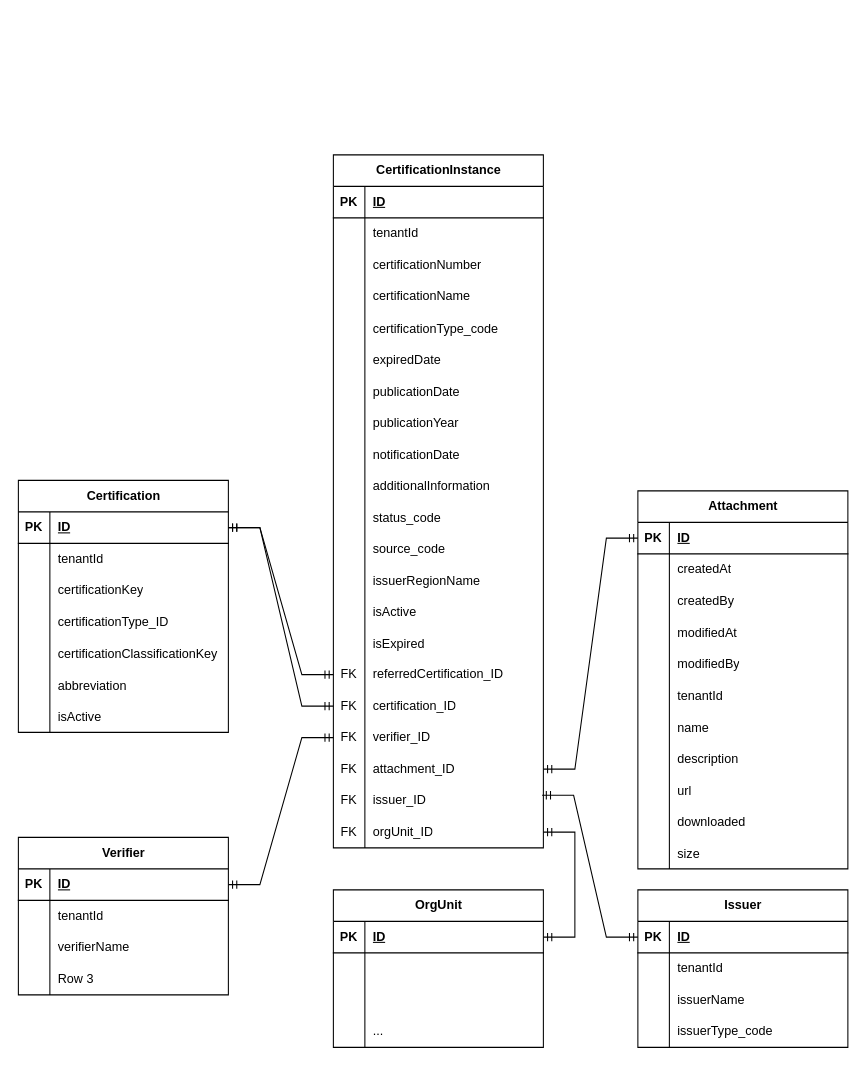
This is page "Page-30" (29 of 29) of certificationService.er.drawio from huangshijie/Drawio, a draw.io file, before an edit. Source tidied: cells renumbered, new cells numbered last; positions are measured from the earlier drawing's top-left corner, leaving out a move shared by most shapes. Both pictures are drawn from the tidied source at 105%, with x=0, y=0 at pixel (18, 154).
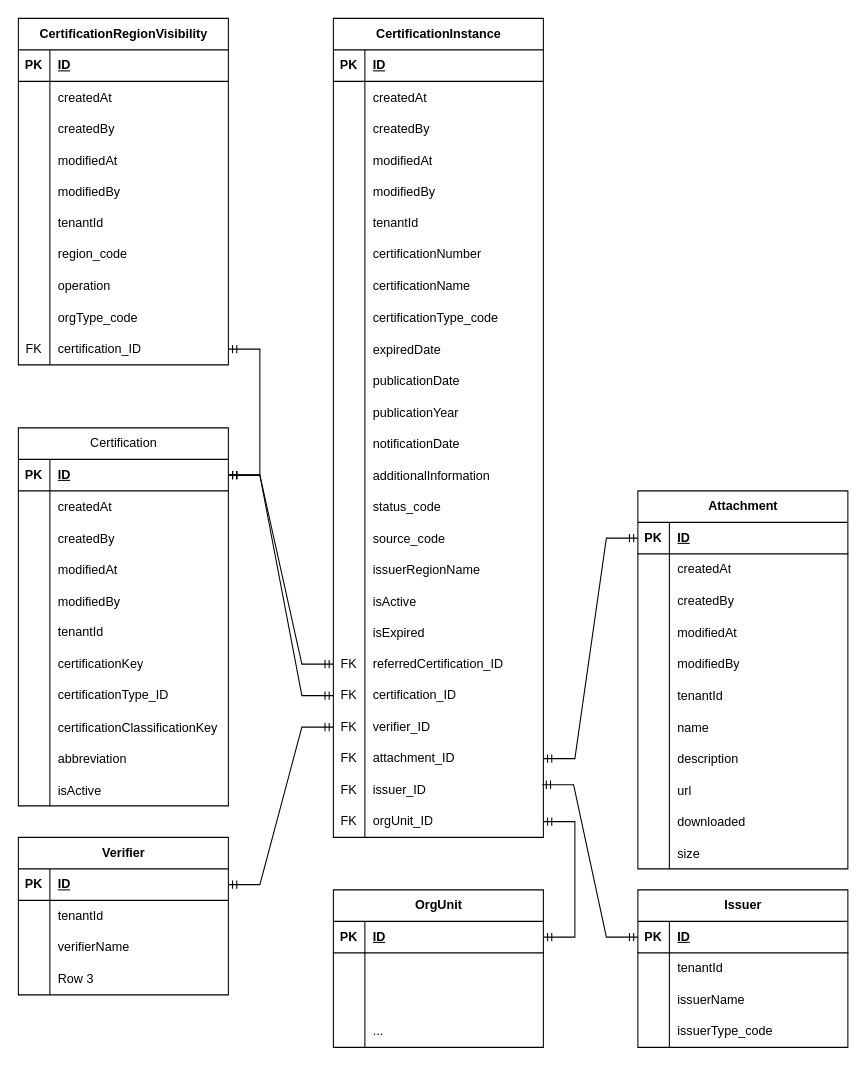
Above is the later version.

The change refers to these unchanged cells:
```xml
<mxCell id="80" style="shape=tableRow;horizontal=0;startSize=0;swimlaneHead=0;swimlaneBody=0;fillColor=none;points=[[0,0.5],[1,0.5]];portConstraint=eastwest;top=0;left=0;right=0;bottom=1;" parent="79" vertex="1">
  <mxGeometry y="30" width="200" height="30" as="geometry" />
</mxCell>
```

Change to the diagram source:
```diff
@@
     <mxCell id="2" value="CertificationInstance" style="shape=table;startSize=30;childLayout=tableLayout;rowLines=0;fontStyle=1;align=center;html=1;" parent="1" vertex="1">
-      <mxGeometry x="300" width="200" height="660" as="geometry" />
+      <mxGeometry x="300" y="-130" width="200" height="780" as="geometry" />
     </mxCell>
@@
+    <mxCell id="167" style="shape=tableRow;horizontal=0;startSize=0;swimlaneHead=0;swimlaneBody=0;fillColor=none;top=0;left=0;right=0;bottom=0;" parent="2" vertex="1">
+      <mxGeometry y="60" width="200" height="30" as="geometry" />
+    </mxCell>
+    <mxCell id="168" style="shape=partialRectangle;fillColor=none;top=0;left=0;bottom=0;right=0;overflow=hidden;" parent="167" vertex="1">
+      <mxGeometry width="30" height="30" as="geometry" />
+    </mxCell>
+    <mxCell id="169" value="createdAt" style="shape=partialRectangle;fillColor=none;top=0;left=0;bottom=0;right=0;align=left;spacingLeft=6;overflow=hidden;" parent="167" vertex="1">
+      <mxGeometry x="30" width="170" height="30" as="geometry" />
+    </mxCell>
+    <mxCell id="170" style="shape=tableRow;horizontal=0;startSize=0;swimlaneHead=0;swimlaneBody=0;fillColor=none;top=0;left=0;right=0;bottom=0;" parent="2" vertex="1">
+      <mxGeometry y="90" width="200" height="30" as="geometry" />
+    </mxCell>
+    <mxCell id="171" style="shape=partialRectangle;fillColor=none;top=0;left=0;bottom=0;right=0;overflow=hidden;" parent="170" vertex="1">
+      <mxGeometry width="30" height="30" as="geometry" />
+    </mxCell>
+    <mxCell id="172" value="createdBy" style="shape=partialRectangle;fillColor=none;top=0;left=0;bottom=0;right=0;align=left;spacingLeft=6;overflow=hidden;" parent="170" vertex="1">
+      <mxGeometry x="30" width="170" height="30" as="geometry" />
+    </mxCell>
+    <mxCell id="173" style="shape=tableRow;horizontal=0;startSize=0;swimlaneHead=0;swimlaneBody=0;fillColor=none;top=0;left=0;right=0;bottom=0;" parent="2" vertex="1">
+      <mxGeometry y="120" width="200" height="30" as="geometry" />
+    </mxCell>
+    <mxCell id="174" style="shape=partialRectangle;fillColor=none;top=0;left=0;bottom=0;right=0;overflow=hidden;" parent="173" vertex="1">
+      <mxGeometry width="30" height="30" as="geometry" />
+    </mxCell>
+    <mxCell id="175" value="modifiedAt" style="shape=partialRectangle;fillColor=none;top=0;left=0;bottom=0;right=0;align=left;spacingLeft=6;overflow=hidden;" parent="173" vertex="1">
+      <mxGeometry x="30" width="170" height="30" as="geometry" />
+    </mxCell>
+    <mxCell id="176" style="shape=tableRow;horizontal=0;startSize=0;swimlaneHead=0;swimlaneBody=0;fillColor=none;top=0;left=0;right=0;bottom=0;" parent="2" vertex="1">
+      <mxGeometry y="150" width="200" height="30" as="geometry" />
+    </mxCell>
+    <mxCell id="177" style="shape=partialRectangle;fillColor=none;top=0;left=0;bottom=0;right=0;overflow=hidden;" parent="176" vertex="1">
+      <mxGeometry width="30" height="30" as="geometry" />
+    </mxCell>
+    <mxCell id="178" value="modifiedBy" style="shape=partialRectangle;fillColor=none;top=0;left=0;bottom=0;right=0;align=left;spacingLeft=6;overflow=hidden;" parent="176" vertex="1">
+      <mxGeometry x="30" width="170" height="30" as="geometry" />
+    </mxCell>
     <mxCell id="6" style="shape=tableRow;horizontal=0;startSize=0;swimlaneHead=0;swimlaneBody=0;fillColor=none;top=0;left=0;right=0;bottom=0;" parent="2" vertex="1">
-      <mxGeometry y="60" width="200" height="30" as="geometry" />
+      <mxGeometry y="180" width="200" height="30" as="geometry" />
     </mxCell>
@@
     <mxCell id="9" style="shape=tableRow;horizontal=0;startSize=0;swimlaneHead=0;swimlaneBody=0;fillColor=none;top=0;left=0;right=0;bottom=0;" parent="2" vertex="1">
-      <mxGeometry y="90" width="200" height="30" as="geometry" />
+      <mxGeometry y="210" width="200" height="30" as="geometry" />
     </mxCell>
@@
     <mxCell id="12" style="shape=tableRow;horizontal=0;startSize=0;swimlaneHead=0;swimlaneBody=0;fillColor=none;top=0;left=0;right=0;bottom=0;" parent="2" vertex="1">
-      <mxGeometry y="120" width="200" height="30" as="geometry" />
+      <mxGeometry y="240" width="200" height="30" as="geometry" />
     </mxCell>
@@
     <mxCell id="15" style="shape=tableRow;horizontal=0;startSize=0;swimlaneHead=0;swimlaneBody=0;fillColor=none;top=0;left=0;right=0;bottom=0;" parent="2" vertex="1">
-      <mxGeometry y="150" width="200" height="30" as="geometry" />
+      <mxGeometry y="270" width="200" height="30" as="geometry" />
     </mxCell>
@@
     <mxCell id="18" style="shape=tableRow;horizontal=0;startSize=0;swimlaneHead=0;swimlaneBody=0;fillColor=none;top=0;left=0;right=0;bottom=0;" parent="2" vertex="1">
-      <mxGeometry y="180" width="200" height="30" as="geometry" />
+      <mxGeometry y="300" width="200" height="30" as="geometry" />
     </mxCell>
@@
     <mxCell id="21" style="shape=tableRow;horizontal=0;startSize=0;swimlaneHead=0;swimlaneBody=0;fillColor=none;top=0;left=0;right=0;bottom=0;" parent="2" vertex="1">
-      <mxGeometry y="210" width="200" height="30" as="geometry" />
+      <mxGeometry y="330" width="200" height="30" as="geometry" />
     </mxCell>
@@
     <mxCell id="24" style="shape=tableRow;horizontal=0;startSize=0;swimlaneHead=0;swimlaneBody=0;fillColor=none;top=0;left=0;right=0;bottom=0;" parent="2" vertex="1">
-      <mxGeometry y="240" width="200" height="30" as="geometry" />
+      <mxGeometry y="360" width="200" height="30" as="geometry" />
     </mxCell>
@@
     <mxCell id="27" style="shape=tableRow;horizontal=0;startSize=0;swimlaneHead=0;swimlaneBody=0;fillColor=none;top=0;left=0;right=0;bottom=0;" parent="2" vertex="1">
-      <mxGeometry y="270" width="200" height="30" as="geometry" />
+      <mxGeometry y="390" width="200" height="30" as="geometry" />
     </mxCell>
@@
     <mxCell id="30" style="shape=tableRow;horizontal=0;startSize=0;swimlaneHead=0;swimlaneBody=0;fillColor=none;top=0;left=0;right=0;bottom=0;" parent="2" vertex="1">
-      <mxGeometry y="300" width="200" height="30" as="geometry" />
+      <mxGeometry y="420" width="200" height="30" as="geometry" />
     </mxCell>
@@
     <mxCell id="33" style="shape=tableRow;horizontal=0;startSize=0;swimlaneHead=0;swimlaneBody=0;fillColor=none;top=0;left=0;right=0;bottom=0;" parent="2" vertex="1">
-      <mxGeometry y="330" width="200" height="30" as="geometry" />
+      <mxGeometry y="450" width="200" height="30" as="geometry" />
     </mxCell>
@@
     <mxCell id="36" style="shape=tableRow;horizontal=0;startSize=0;swimlaneHead=0;swimlaneBody=0;fillColor=none;top=0;left=0;right=0;bottom=0;" parent="2" vertex="1">
-      <mxGeometry y="360" width="200" height="30" as="geometry" />
+      <mxGeometry y="480" width="200" height="30" as="geometry" />
     </mxCell>
@@
     <mxCell id="39" style="shape=tableRow;horizontal=0;startSize=0;swimlaneHead=0;swimlaneBody=0;fillColor=none;top=0;left=0;right=0;bottom=0;" parent="2" vertex="1">
-      <mxGeometry y="390" width="200" height="30" as="geometry" />
+      <mxGeometry y="510" width="200" height="30" as="geometry" />
     </mxCell>
@@
     <mxCell id="42" style="shape=tableRow;horizontal=0;startSize=0;swimlaneHead=0;swimlaneBody=0;fillColor=none;top=0;left=0;right=0;bottom=0;" parent="2" vertex="1">
-      <mxGeometry y="420" width="200" height="30" as="geometry" />
+      <mxGeometry y="540" width="200" height="30" as="geometry" />
     </mxCell>
@@
     <mxCell id="45" style="shape=tableRow;horizontal=0;startSize=0;swimlaneHead=0;swimlaneBody=0;fillColor=none;top=0;left=0;right=0;bottom=0;" parent="2" vertex="1">
-      <mxGeometry y="450" width="200" height="30" as="geometry" />
+      <mxGeometry y="570" width="200" height="30" as="geometry" />
     </mxCell>
@@
     <mxCell id="48" style="shape=tableRow;horizontal=0;startSize=0;swimlaneHead=0;swimlaneBody=0;fillColor=none;points=[[0,0.5],[1,0.5]];portConstraint=eastwest;top=0;left=0;right=0;bottom=0;" parent="2" vertex="1">
-      <mxGeometry y="480" width="200" height="30" as="geometry" />
+      <mxGeometry y="600" width="200" height="30" as="geometry" />
     </mxCell>
@@
     <mxCell id="51" style="shape=tableRow;horizontal=0;startSize=0;swimlaneHead=0;swimlaneBody=0;fillColor=none;points=[[0,0.5],[1,0.5]];portConstraint=eastwest;top=0;left=0;right=0;bottom=0;" parent="2" vertex="1">
-      <mxGeometry y="510" width="200" height="30" as="geometry" />
+      <mxGeometry y="630" width="200" height="30" as="geometry" />
     </mxCell>
@@
     <mxCell id="54" style="shape=tableRow;horizontal=0;startSize=0;swimlaneHead=0;swimlaneBody=0;fillColor=none;points=[[0,0.5],[1,0.5]];portConstraint=eastwest;top=0;left=0;right=0;bottom=0;" parent="2" vertex="1">
-      <mxGeometry y="540" width="200" height="30" as="geometry" />
+      <mxGeometry y="660" width="200" height="30" as="geometry" />
     </mxCell>
@@
     <mxCell id="57" style="shape=tableRow;horizontal=0;startSize=0;swimlaneHead=0;swimlaneBody=0;fillColor=none;points=[[0,0.5],[1,0.5]];portConstraint=eastwest;top=0;left=0;right=0;bottom=0;" parent="2" vertex="1">
-      <mxGeometry y="570" width="200" height="30" as="geometry" />
+      <mxGeometry y="690" width="200" height="30" as="geometry" />
     </mxCell>
@@
     <mxCell id="60" style="shape=tableRow;horizontal=0;startSize=0;swimlaneHead=0;swimlaneBody=0;fillColor=none;points=[[0,0.5],[1,0.5]];portConstraint=eastwest;top=0;left=0;right=0;bottom=0;" parent="2" vertex="1">
-      <mxGeometry y="600" width="200" height="30" as="geometry" />
+      <mxGeometry y="720" width="200" height="30" as="geometry" />
     </mxCell>
@@
     <mxCell id="63" style="shape=tableRow;horizontal=0;startSize=0;swimlaneHead=0;swimlaneBody=0;fillColor=none;points=[[0,0.5],[1,0.5]];portConstraint=eastwest;top=0;left=0;right=0;bottom=0;" parent="2" vertex="1">
-      <mxGeometry y="630" width="200" height="30" as="geometry" />
+      <mxGeometry y="750" width="200" height="30" as="geometry" />
     </mxCell>
@@
-    <mxCell id="79" value="Certification" style="shape=table;startSize=30;childLayout=tableLayout;rowLines=0;fontStyle=1;align=center;html=1;" parent="1" vertex="1">
-      <mxGeometry y="310" width="200" height="240" as="geometry" />
+    <mxCell id="79" value="Certification" style="shape=table;startSize=30;childLayout=tableLayout;rowLines=0;fontStyle=0;align=center;html=1;" parent="1" vertex="1">
+      <mxGeometry y="260" width="200" height="360" as="geometry" />
     </mxCell>
@@
+    <mxCell id="179" style="shape=tableRow;horizontal=0;startSize=0;swimlaneHead=0;swimlaneBody=0;fillColor=none;top=0;left=0;right=0;bottom=0;" parent="79" vertex="1">
+      <mxGeometry y="60" width="200" height="30" as="geometry" />
+    </mxCell>
+    <mxCell id="180" style="shape=partialRectangle;fillColor=none;top=0;left=0;bottom=0;right=0;overflow=hidden;" parent="179" vertex="1">
+      <mxGeometry width="30" height="30" as="geometry" />
+    </mxCell>
+    <mxCell id="181" value="createdAt" style="shape=partialRectangle;fillColor=none;top=0;left=0;bottom=0;right=0;align=left;spacingLeft=6;overflow=hidden;" parent="179" vertex="1">
+      <mxGeometry x="30" width="170" height="30" as="geometry" />
+    </mxCell>
+    <mxCell id="182" style="shape=tableRow;horizontal=0;startSize=0;swimlaneHead=0;swimlaneBody=0;fillColor=none;top=0;left=0;right=0;bottom=0;" parent="79" vertex="1">
+      <mxGeometry y="90" width="200" height="30" as="geometry" />
+    </mxCell>
+    <mxCell id="183" style="shape=partialRectangle;fillColor=none;top=0;left=0;bottom=0;right=0;overflow=hidden;" parent="182" vertex="1">
+      <mxGeometry width="30" height="30" as="geometry" />
+    </mxCell>
+    <mxCell id="184" value="createdBy" style="shape=partialRectangle;fillColor=none;top=0;left=0;bottom=0;right=0;align=left;spacingLeft=6;overflow=hidden;" parent="182" vertex="1">
+      <mxGeometry x="30" width="170" height="30" as="geometry" />
+    </mxCell>
+    <mxCell id="185" style="shape=tableRow;horizontal=0;startSize=0;swimlaneHead=0;swimlaneBody=0;fillColor=none;top=0;left=0;right=0;bottom=0;" parent="79" vertex="1">
+      <mxGeometry y="120" width="200" height="30" as="geometry" />
+    </mxCell>
+    <mxCell id="186" style="shape=partialRectangle;fillColor=none;top=0;left=0;bottom=0;right=0;overflow=hidden;" parent="185" vertex="1">
+      <mxGeometry width="30" height="30" as="geometry" />
+    </mxCell>
+    <mxCell id="187" value="modifiedAt" style="shape=partialRectangle;fillColor=none;top=0;left=0;bottom=0;right=0;align=left;spacingLeft=6;overflow=hidden;" parent="185" vertex="1">
+      <mxGeometry x="30" width="170" height="30" as="geometry" />
+    </mxCell>
+    <mxCell id="188" style="shape=tableRow;horizontal=0;startSize=0;swimlaneHead=0;swimlaneBody=0;fillColor=none;top=0;left=0;right=0;bottom=0;" parent="79" vertex="1">
+      <mxGeometry y="150" width="200" height="30" as="geometry" />
+    </mxCell>
+    <mxCell id="189" style="shape=partialRectangle;fillColor=none;top=0;left=0;bottom=0;right=0;overflow=hidden;" parent="188" vertex="1">
+      <mxGeometry width="30" height="30" as="geometry" />
+    </mxCell>
+    <mxCell id="190" value="modifiedBy" style="shape=partialRectangle;fillColor=none;top=0;left=0;bottom=0;right=0;align=left;spacingLeft=6;overflow=hidden;" parent="188" vertex="1">
+      <mxGeometry x="30" width="170" height="30" as="geometry" />
+    </mxCell>
     <mxCell id="83" style="shape=tableRow;horizontal=0;startSize=0;swimlaneHead=0;swimlaneBody=0;fillColor=none;top=0;left=0;right=0;bottom=0;" parent="79" vertex="1">
-      <mxGeometry y="60" width="200" height="30" as="geometry" />
+      <mxGeometry y="180" width="200" height="30" as="geometry" />
     </mxCell>
@@
     <mxCell id="86" style="shape=tableRow;horizontal=0;startSize=0;swimlaneHead=0;swimlaneBody=0;fillColor=none;top=0;left=0;right=0;bottom=0;" parent="79" vertex="1">
-      <mxGeometry y="90" width="200" height="30" as="geometry" />
+      <mxGeometry y="210" width="200" height="30" as="geometry" />
     </mxCell>
@@
     <mxCell id="89" style="shape=tableRow;horizontal=0;startSize=0;swimlaneHead=0;swimlaneBody=0;fillColor=none;top=0;left=0;right=0;bottom=0;" parent="79" vertex="1">
-      <mxGeometry y="120" width="200" height="30" as="geometry" />
+      <mxGeometry y="240" width="200" height="30" as="geometry" />
     </mxCell>
@@
     <mxCell id="92" style="shape=tableRow;horizontal=0;startSize=0;swimlaneHead=0;swimlaneBody=0;fillColor=none;top=0;left=0;right=0;bottom=0;" parent="79" vertex="1">
-      <mxGeometry y="150" width="200" height="30" as="geometry" />
+      <mxGeometry y="270" width="200" height="30" as="geometry" />
     </mxCell>
@@
     <mxCell id="95" style="shape=tableRow;horizontal=0;startSize=0;swimlaneHead=0;swimlaneBody=0;fillColor=none;top=0;left=0;right=0;bottom=0;" parent="79" vertex="1">
-      <mxGeometry y="180" width="200" height="30" as="geometry" />
+      <mxGeometry y="300" width="200" height="30" as="geometry" />
     </mxCell>
@@
     <mxCell id="98" style="shape=tableRow;horizontal=0;startSize=0;swimlaneHead=0;swimlaneBody=0;fillColor=none;top=0;left=0;right=0;bottom=0;" parent="79" vertex="1">
-      <mxGeometry y="210" width="200" height="30" as="geometry" />
+      <mxGeometry y="330" width="200" height="30" as="geometry" />
     </mxCell>
@@
+    <mxCell id="191" value="CertificationRegionVisibility" style="shape=table;startSize=30;childLayout=tableLayout;rowLines=0;fontStyle=1;align=center;html=1;" parent="1" vertex="1">
+      <mxGeometry y="-130" width="200" height="330" as="geometry" />
+    </mxCell>
+    <mxCell id="192" style="shape=tableRow;horizontal=0;startSize=0;swimlaneHead=0;swimlaneBody=0;fillColor=none;top=0;left=0;right=0;bottom=1;" parent="191" vertex="1">
+      <mxGeometry y="30" width="200" height="30" as="geometry" />
+    </mxCell>
+    <mxCell id="193" value="PK" style="shape=partialRectangle;fillColor=none;top=0;left=0;bottom=0;right=0;fontStyle=1;overflow=hidden;whiteSpace=wrap;html=1;" parent="192" vertex="1">
+      <mxGeometry width="30" height="30" as="geometry" />
+    </mxCell>
+    <mxCell id="194" value="ID" style="shape=partialRectangle;fillColor=none;top=0;left=0;bottom=0;right=0;align=left;spacingLeft=6;fontStyle=5;overflow=hidden;whiteSpace=wrap;html=1;" parent="192" vertex="1">
+      <mxGeometry x="30" width="170" height="30" as="geometry" />
+    </mxCell>
+    <mxCell id="195" style="shape=tableRow;horizontal=0;startSize=0;swimlaneHead=0;swimlaneBody=0;fillColor=none;top=0;left=0;right=0;bottom=0;" parent="191" vertex="1">
+      <mxGeometry y="60" width="200" height="30" as="geometry" />
+    </mxCell>
+    <mxCell id="196" style="shape=partialRectangle;fillColor=none;top=0;left=0;bottom=0;right=0;overflow=hidden;" parent="195" vertex="1">
+      <mxGeometry width="30" height="30" as="geometry" />
+    </mxCell>
+    <mxCell id="197" value="createdAt" style="shape=partialRectangle;fillColor=none;top=0;left=0;bottom=0;right=0;align=left;spacingLeft=6;overflow=hidden;" parent="195" vertex="1">
+      <mxGeometry x="30" width="170" height="30" as="geometry" />
+    </mxCell>
+    <mxCell id="198" style="shape=tableRow;horizontal=0;startSize=0;swimlaneHead=0;swimlaneBody=0;fillColor=none;top=0;left=0;right=0;bottom=0;" parent="191" vertex="1">
+      <mxGeometry y="90" width="200" height="30" as="geometry" />
+    </mxCell>
+    <mxCell id="199" style="shape=partialRectangle;fillColor=none;top=0;left=0;bottom=0;right=0;overflow=hidden;" parent="198" vertex="1">
+      <mxGeometry width="30" height="30" as="geometry" />
+    </mxCell>
+    <mxCell id="200" value="createdBy" style="shape=partialRectangle;fillColor=none;top=0;left=0;bottom=0;right=0;align=left;spacingLeft=6;overflow=hidden;" parent="198" vertex="1">
+      <mxGeometry x="30" width="170" height="30" as="geometry" />
+    </mxCell>
+    <mxCell id="201" style="shape=tableRow;horizontal=0;startSize=0;swimlaneHead=0;swimlaneBody=0;fillColor=none;top=0;left=0;right=0;bottom=0;" parent="191" vertex="1">
+      <mxGeometry y="120" width="200" height="30" as="geometry" />
+    </mxCell>
+    <mxCell id="202" style="shape=partialRectangle;fillColor=none;top=0;left=0;bottom=0;right=0;overflow=hidden;" parent="201" vertex="1">
+      <mxGeometry width="30" height="30" as="geometry" />
+    </mxCell>
+    <mxCell id="203" value="modifiedAt" style="shape=partialRectangle;fillColor=none;top=0;left=0;bottom=0;right=0;align=left;spacingLeft=6;overflow=hidden;" parent="201" vertex="1">
+      <mxGeometry x="30" width="170" height="30" as="geometry" />
+    </mxCell>
+    <mxCell id="204" style="shape=tableRow;horizontal=0;startSize=0;swimlaneHead=0;swimlaneBody=0;fillColor=none;top=0;left=0;right=0;bottom=0;" parent="191" vertex="1">
+      <mxGeometry y="150" width="200" height="30" as="geometry" />
+    </mxCell>
+    <mxCell id="205" style="shape=partialRectangle;fillColor=none;top=0;left=0;bottom=0;right=0;overflow=hidden;" parent="204" vertex="1">
+      <mxGeometry width="30" height="30" as="geometry" />
+    </mxCell>
+    <mxCell id="206" value="modifiedBy" style="shape=partialRectangle;fillColor=none;top=0;left=0;bottom=0;right=0;align=left;spacingLeft=6;overflow=hidden;" parent="204" vertex="1">
+      <mxGeometry x="30" width="170" height="30" as="geometry" />
+    </mxCell>
+    <mxCell id="207" style="shape=tableRow;horizontal=0;startSize=0;swimlaneHead=0;swimlaneBody=0;fillColor=none;top=0;left=0;right=0;bottom=0;" parent="191" vertex="1">
+      <mxGeometry y="180" width="200" height="30" as="geometry" />
+    </mxCell>
+    <mxCell id="208" style="shape=partialRectangle;fillColor=none;top=0;left=0;bottom=0;right=0;overflow=hidden;whiteSpace=wrap;html=1;" parent="207" vertex="1">
+      <mxGeometry width="30" height="30" as="geometry" />
+    </mxCell>
+    <mxCell id="209" value="tenantId" style="shape=partialRectangle;fillColor=none;top=0;left=0;bottom=0;right=0;align=left;spacingLeft=6;overflow=hidden;whiteSpace=wrap;html=1;" parent="207" vertex="1">
+      <mxGeometry x="30" width="170" height="30" as="geometry" />
+    </mxCell>
+    <mxCell id="210" style="shape=tableRow;horizontal=0;startSize=0;swimlaneHead=0;swimlaneBody=0;fillColor=none;top=0;left=0;right=0;bottom=0;" parent="191" vertex="1">
+      <mxGeometry y="210" width="200" height="30" as="geometry" />
+    </mxCell>
+    <mxCell id="211" style="shape=partialRectangle;fillColor=none;top=0;left=0;bottom=0;right=0;overflow=hidden;whiteSpace=wrap;html=1;" parent="210" vertex="1">
+      <mxGeometry width="30" height="30" as="geometry" />
+    </mxCell>
+    <mxCell id="212" value="region_code" style="shape=partialRectangle;fillColor=none;top=0;left=0;bottom=0;right=0;align=left;spacingLeft=6;overflow=hidden;whiteSpace=wrap;html=1;" parent="210" vertex="1">
+      <mxGeometry x="30" width="170" height="30" as="geometry" />
+    </mxCell>
+    <mxCell id="213" style="shape=tableRow;horizontal=0;startSize=0;swimlaneHead=0;swimlaneBody=0;fillColor=none;top=0;left=0;right=0;bottom=0;" parent="191" vertex="1">
+      <mxGeometry y="240" width="200" height="30" as="geometry" />
+    </mxCell>
+    <mxCell id="214" style="shape=partialRectangle;fillColor=none;top=0;left=0;bottom=0;right=0;overflow=hidden;whiteSpace=wrap;html=1;" parent="213" vertex="1">
+      <mxGeometry width="30" height="30" as="geometry" />
+    </mxCell>
+    <mxCell id="215" value="operation" style="shape=partialRectangle;fillColor=none;top=0;left=0;bottom=0;right=0;align=left;spacingLeft=6;overflow=hidden;whiteSpace=wrap;html=1;" parent="213" vertex="1">
+      <mxGeometry x="30" width="170" height="30" as="geometry" />
+    </mxCell>
+    <mxCell id="216" style="shape=tableRow;horizontal=0;startSize=0;swimlaneHead=0;swimlaneBody=0;fillColor=none;top=0;left=0;right=0;bottom=0;" parent="191" vertex="1">
+      <mxGeometry y="270" width="200" height="30" as="geometry" />
+    </mxCell>
+    <mxCell id="217" style="shape=partialRectangle;fillColor=none;top=0;left=0;bottom=0;right=0;overflow=hidden;" parent="216" vertex="1">
+      <mxGeometry width="30" height="30" as="geometry" />
+    </mxCell>
+    <mxCell id="218" value="orgType_code" style="shape=partialRectangle;fillColor=none;top=0;left=0;bottom=0;right=0;align=left;spacingLeft=6;overflow=hidden;" parent="216" vertex="1">
+      <mxGeometry x="30" width="170" height="30" as="geometry" />
+    </mxCell>
+    <mxCell id="219" style="shape=tableRow;horizontal=0;startSize=0;swimlaneHead=0;swimlaneBody=0;fillColor=none;points=[[0,0.5],[1,0.5]];portConstraint=eastwest;top=0;left=0;right=0;bottom=0;" parent="191" vertex="1">
+      <mxGeometry y="300" width="200" height="30" as="geometry" />
+    </mxCell>
+    <mxCell id="220" value="FK" style="shape=partialRectangle;fillColor=none;top=0;left=0;bottom=0;right=0;fontStyle=0;overflow=hidden;whiteSpace=wrap;html=1;" parent="219" vertex="1">
+      <mxGeometry width="30" height="30" as="geometry" />
+    </mxCell>
+    <mxCell id="221" value="certification_ID" style="shape=partialRectangle;fillColor=none;top=0;left=0;bottom=0;right=0;align=left;spacingLeft=6;fontStyle=0;overflow=hidden;whiteSpace=wrap;html=1;" parent="219" vertex="1">
+      <mxGeometry x="30" width="170" height="30" as="geometry" />
+    </mxCell>
+    <mxCell id="222" style="edgeStyle=entityRelationEdgeStyle;fontSize=12;html=1;endArrow=ERmandOne;startArrow=ERmandOne;rounded=0;" parent="1" edge="1" source="80" target="219">
+      <mxGeometry relative="1" as="geometry">
+        <Array as="points">
+          <mxPoint x="-700" y="260" />
+          <mxPoint x="-300" y="305" />
+          <mxPoint x="-310" y="305" />
+          <mxPoint x="-300" y="285" />
+          <mxPoint x="-300" y="295" />
+          <mxPoint x="-480" y="270" />
+        </Array>
+      </mxGeometry>
+    </mxCell>
```
